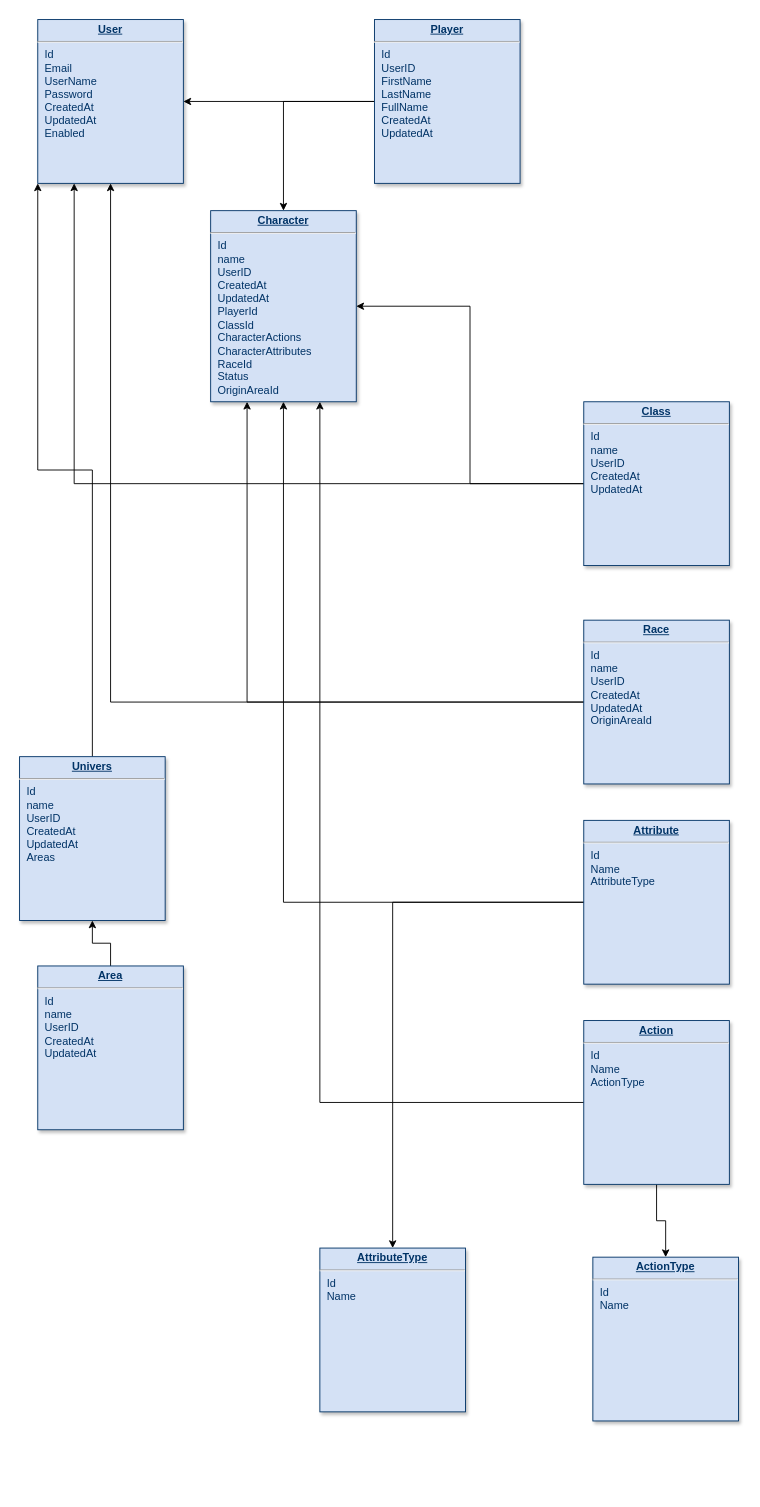
This is Diagramme Quest Creator.drawio from titouanthd/quest_creator, a draw.io file, before an edit. Source tidied: cells renumbered, new cells numbered last; positions are measured from the earlier drawing's top-left corner, leaving out a move shared by most shapes. Both pictures are drawn from the tidied source at 91%, with x=0, y=0 at pixel (19, 19).
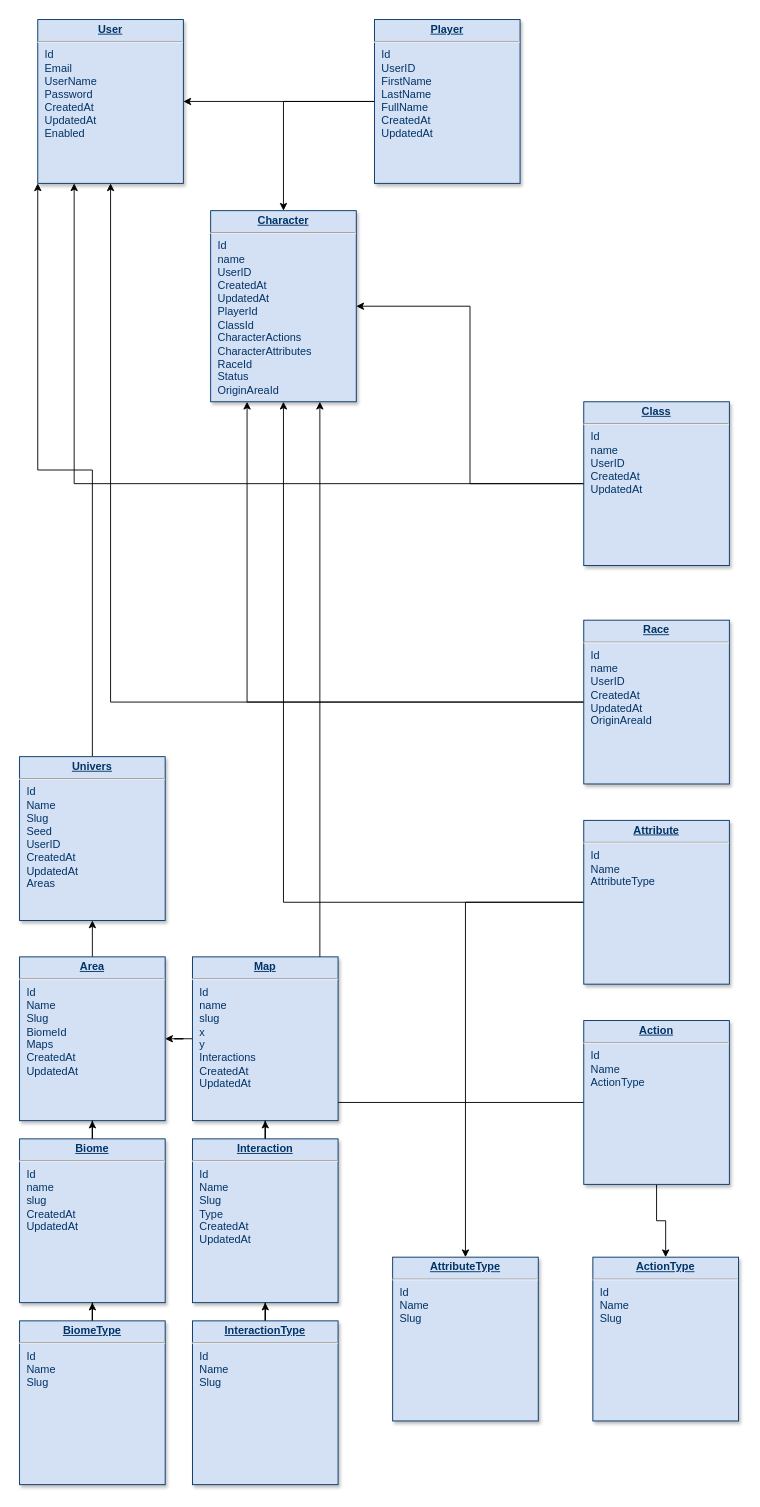
The same diagram, later.

Commit message (it also covers changes not shown here):
Mettre à jour Diagramme Quest Creator.drawio

Change to the diagram source:
```diff
@@
-    <mxCell id="13" value="&lt;p style=&quot;margin: 0px; margin-top: 4px; text-align: center; text-decoration: underline;&quot;&gt;&lt;b&gt;Univers&lt;/b&gt;&lt;/p&gt;&lt;hr&gt;&lt;p style=&quot;margin: 0px; margin-left: 8px;&quot;&gt;&lt;span style=&quot;background-color: initial;&quot;&gt;Id&lt;/span&gt;&lt;br&gt;&lt;/p&gt;&lt;p style=&quot;margin: 0px; margin-left: 8px;&quot;&gt;&lt;span style=&quot;background-color: initial;&quot;&gt;name&lt;/span&gt;&lt;/p&gt;&lt;p style=&quot;margin: 0px; margin-left: 8px;&quot;&gt;&lt;span style=&quot;background-color: initial;&quot;&gt;UserID&lt;/span&gt;&lt;/p&gt;&lt;p style=&quot;margin: 0px; margin-left: 8px;&quot;&gt;CreatedAt&lt;/p&gt;&lt;p style=&quot;margin: 0px; margin-left: 8px;&quot;&gt;UpdatedAt&lt;/p&gt;&lt;p style=&quot;margin: 0px; margin-left: 8px;&quot;&gt;Areas&lt;/p&gt;" style="verticalAlign=top;align=left;overflow=fill;fontSize=12;fontFamily=Helvetica;html=1;strokeColor=#003366;shadow=1;fillColor=#D4E1F5;fontColor=#003366;" parent="1" vertex="1">
+    <mxCell id="13" value="&lt;p style=&quot;margin: 0px; margin-top: 4px; text-align: center; text-decoration: underline;&quot;&gt;&lt;b&gt;Univers&lt;/b&gt;&lt;/p&gt;&lt;hr&gt;&lt;p style=&quot;margin: 0px; margin-left: 8px;&quot;&gt;&lt;span style=&quot;background-color: initial;&quot;&gt;Id&lt;/span&gt;&lt;br&gt;&lt;/p&gt;&lt;p style=&quot;margin: 0px; margin-left: 8px;&quot;&gt;&lt;span style=&quot;background-color: initial;&quot;&gt;Name&lt;/span&gt;&lt;/p&gt;&lt;p style=&quot;margin: 0px; margin-left: 8px;&quot;&gt;&lt;span style=&quot;background-color: initial;&quot;&gt;Slug&lt;/span&gt;&lt;/p&gt;&lt;p style=&quot;margin: 0px; margin-left: 8px;&quot;&gt;&lt;span style=&quot;background-color: initial;&quot;&gt;Seed&lt;/span&gt;&lt;/p&gt;&lt;p style=&quot;margin: 0px; margin-left: 8px;&quot;&gt;&lt;span style=&quot;background-color: initial;&quot;&gt;UserID&lt;/span&gt;&lt;/p&gt;&lt;p style=&quot;margin: 0px; margin-left: 8px;&quot;&gt;CreatedAt&lt;/p&gt;&lt;p style=&quot;margin: 0px; margin-left: 8px;&quot;&gt;UpdatedAt&lt;/p&gt;&lt;p style=&quot;margin: 0px; margin-left: 8px;&quot;&gt;Areas&lt;/p&gt;" style="verticalAlign=top;align=left;overflow=fill;fontSize=12;fontFamily=Helvetica;html=1;strokeColor=#003366;shadow=1;fillColor=#D4E1F5;fontColor=#003366;" parent="1" vertex="1">
       <mxGeometry y="810" width="160" height="180" as="geometry" />
     </mxCell>
@@
-    <mxCell id="15" value="&lt;p style=&quot;margin: 0px; margin-top: 4px; text-align: center; text-decoration: underline;&quot;&gt;&lt;b&gt;Area&lt;/b&gt;&lt;/p&gt;&lt;hr&gt;&lt;p style=&quot;margin: 0px; margin-left: 8px;&quot;&gt;&lt;span style=&quot;background-color: initial;&quot;&gt;Id&lt;/span&gt;&lt;br&gt;&lt;/p&gt;&lt;p style=&quot;margin: 0px; margin-left: 8px;&quot;&gt;&lt;span style=&quot;background-color: initial;&quot;&gt;name&lt;/span&gt;&lt;/p&gt;&lt;p style=&quot;margin: 0px; margin-left: 8px;&quot;&gt;&lt;span style=&quot;background-color: initial;&quot;&gt;UserID&lt;/span&gt;&lt;/p&gt;&lt;p style=&quot;margin: 0px; margin-left: 8px;&quot;&gt;CreatedAt&lt;/p&gt;&lt;p style=&quot;margin: 0px; margin-left: 8px;&quot;&gt;UpdatedAt&lt;/p&gt;" style="verticalAlign=top;align=left;overflow=fill;fontSize=12;fontFamily=Helvetica;html=1;strokeColor=#003366;shadow=1;fillColor=#D4E1F5;fontColor=#003366;" parent="1" vertex="1">
-      <mxGeometry x="20" y="1040" width="160" height="180" as="geometry" />
+    <mxCell id="15" value="&lt;p style=&quot;margin: 0px; margin-top: 4px; text-align: center; text-decoration: underline;&quot;&gt;&lt;b&gt;Area&lt;/b&gt;&lt;/p&gt;&lt;hr&gt;&lt;p style=&quot;margin: 0px; margin-left: 8px;&quot;&gt;&lt;span style=&quot;background-color: initial;&quot;&gt;Id&lt;/span&gt;&lt;br&gt;&lt;/p&gt;&lt;p style=&quot;margin: 0px; margin-left: 8px;&quot;&gt;&lt;span style=&quot;background-color: initial;&quot;&gt;Name&lt;/span&gt;&lt;/p&gt;&lt;p style=&quot;margin: 0px; margin-left: 8px;&quot;&gt;&lt;span style=&quot;background-color: initial;&quot;&gt;Slug&lt;/span&gt;&lt;/p&gt;&lt;p style=&quot;margin: 0px; margin-left: 8px;&quot;&gt;&lt;span style=&quot;background-color: initial;&quot;&gt;BiomeId&lt;/span&gt;&lt;/p&gt;&lt;p style=&quot;margin: 0px; margin-left: 8px;&quot;&gt;&lt;span style=&quot;background-color: initial;&quot;&gt;Maps&lt;/span&gt;&lt;/p&gt;&lt;p style=&quot;margin: 0px; margin-left: 8px;&quot;&gt;CreatedAt&lt;/p&gt;&lt;p style=&quot;margin: 0px; margin-left: 8px;&quot;&gt;UpdatedAt&lt;/p&gt;" style="verticalAlign=top;align=left;overflow=fill;fontSize=12;fontFamily=Helvetica;html=1;strokeColor=#003366;shadow=1;fillColor=#D4E1F5;fontColor=#003366;" parent="1" vertex="1">
+      <mxGeometry y="1030" width="160" height="180" as="geometry" />
     </mxCell>
@@
-    <mxCell id="23" value="&lt;p style=&quot;margin: 0px; margin-top: 4px; text-align: center; text-decoration: underline;&quot;&gt;&lt;b&gt;AttributeType&lt;/b&gt;&lt;/p&gt;&lt;hr&gt;&lt;p style=&quot;margin: 0px; margin-left: 8px;&quot;&gt;&lt;span style=&quot;background-color: initial;&quot;&gt;Id&lt;/span&gt;&lt;/p&gt;&lt;p style=&quot;margin: 0px; margin-left: 8px;&quot;&gt;&lt;span style=&quot;background-color: initial;&quot;&gt;Name&lt;/span&gt;&lt;/p&gt;" style="verticalAlign=top;align=left;overflow=fill;fontSize=12;fontFamily=Helvetica;html=1;strokeColor=#003366;shadow=1;fillColor=#D4E1F5;fontColor=#003366;" parent="1" vertex="1">
-      <mxGeometry x="330" y="1350" width="160" height="180" as="geometry" />
+    <mxCell id="23" value="&lt;p style=&quot;margin: 0px; margin-top: 4px; text-align: center; text-decoration: underline;&quot;&gt;&lt;b&gt;AttributeType&lt;/b&gt;&lt;/p&gt;&lt;hr&gt;&lt;p style=&quot;margin: 0px; margin-left: 8px;&quot;&gt;&lt;span style=&quot;background-color: initial;&quot;&gt;Id&lt;/span&gt;&lt;/p&gt;&lt;p style=&quot;margin: 0px; margin-left: 8px;&quot;&gt;&lt;span style=&quot;background-color: initial;&quot;&gt;Name&lt;/span&gt;&lt;/p&gt;&lt;p style=&quot;margin: 0px; margin-left: 8px;&quot;&gt;&lt;span style=&quot;background-color: initial;&quot;&gt;Slug&lt;/span&gt;&lt;/p&gt;" style="verticalAlign=top;align=left;overflow=fill;fontSize=12;fontFamily=Helvetica;html=1;strokeColor=#003366;shadow=1;fillColor=#D4E1F5;fontColor=#003366;" parent="1" vertex="1">
+      <mxGeometry x="410" y="1360" width="160" height="180" as="geometry" />
     </mxCell>
-    <mxCell id="24" value="&lt;p style=&quot;margin: 0px; margin-top: 4px; text-align: center; text-decoration: underline;&quot;&gt;&lt;b&gt;ActionType&lt;/b&gt;&lt;/p&gt;&lt;hr&gt;&lt;p style=&quot;margin: 0px; margin-left: 8px;&quot;&gt;&lt;span style=&quot;background-color: initial;&quot;&gt;Id&lt;br&gt;Name&lt;br&gt;&lt;/span&gt;&lt;/p&gt;" style="verticalAlign=top;align=left;overflow=fill;fontSize=12;fontFamily=Helvetica;html=1;strokeColor=#003366;shadow=1;fillColor=#D4E1F5;fontColor=#003366;" parent="1" vertex="1">
+    <mxCell id="24" value="&lt;p style=&quot;margin: 0px; margin-top: 4px; text-align: center; text-decoration: underline;&quot;&gt;&lt;b&gt;ActionType&lt;/b&gt;&lt;/p&gt;&lt;hr&gt;&lt;p style=&quot;margin: 0px; margin-left: 8px;&quot;&gt;&lt;span style=&quot;background-color: initial;&quot;&gt;Id&lt;br&gt;Name&lt;br&gt;&lt;/span&gt;&lt;/p&gt;&lt;p style=&quot;margin: 0px; margin-left: 8px;&quot;&gt;&lt;span style=&quot;background-color: initial;&quot;&gt;Slug&lt;/span&gt;&lt;/p&gt;" style="verticalAlign=top;align=left;overflow=fill;fontSize=12;fontFamily=Helvetica;html=1;strokeColor=#003366;shadow=1;fillColor=#D4E1F5;fontColor=#003366;" parent="1" vertex="1">
       <mxGeometry x="630" y="1360" width="160" height="180" as="geometry" />
     </mxCell>
+    <mxCell id="25" style="edgeStyle=orthogonalEdgeStyle;rounded=0;jettySize=auto;html=1;" parent="1" edge="1" source="26" target="15">
+      <mxGeometry relative="1" as="geometry" />
+    </mxCell>
+    <mxCell id="26" value="&lt;p style=&quot;margin: 0px; margin-top: 4px; text-align: center; text-decoration: underline;&quot;&gt;&lt;b&gt;Biome&lt;/b&gt;&lt;/p&gt;&lt;hr&gt;&lt;p style=&quot;margin: 0px; margin-left: 8px;&quot;&gt;&lt;span style=&quot;background-color: initial;&quot;&gt;Id&lt;/span&gt;&lt;br&gt;&lt;/p&gt;&lt;p style=&quot;margin: 0px; margin-left: 8px;&quot;&gt;&lt;span style=&quot;background-color: initial;&quot;&gt;name&lt;/span&gt;&lt;/p&gt;&lt;p style=&quot;margin: 0px; margin-left: 8px;&quot;&gt;&lt;span style=&quot;background-color: initial;&quot;&gt;slug&lt;/span&gt;&lt;/p&gt;&lt;p style=&quot;margin: 0px; margin-left: 8px;&quot;&gt;CreatedAt&lt;/p&gt;&lt;p style=&quot;margin: 0px; margin-left: 8px;&quot;&gt;UpdatedAt&lt;/p&gt;" style="verticalAlign=top;align=left;overflow=fill;fontSize=12;fontFamily=Helvetica;html=1;strokeColor=#003366;shadow=1;fillColor=#D4E1F5;fontColor=#003366;" parent="1" vertex="1">
+      <mxGeometry y="1230" width="160" height="180" as="geometry" />
+    </mxCell>
+    <mxCell id="27" style="edgeStyle=orthogonalEdgeStyle;rounded=0;jettySize=auto;html=1;" parent="1" edge="1" source="28" target="15">
+      <mxGeometry relative="1" as="geometry" />
+    </mxCell>
+    <mxCell id="28" value="&lt;p style=&quot;margin: 0px; margin-top: 4px; text-align: center; text-decoration: underline;&quot;&gt;&lt;b&gt;Map&lt;/b&gt;&lt;/p&gt;&lt;hr&gt;&lt;p style=&quot;margin: 0px; margin-left: 8px;&quot;&gt;&lt;span style=&quot;background-color: initial;&quot;&gt;Id&lt;/span&gt;&lt;br&gt;&lt;/p&gt;&lt;p style=&quot;margin: 0px; margin-left: 8px;&quot;&gt;&lt;span style=&quot;background-color: initial;&quot;&gt;name&lt;/span&gt;&lt;/p&gt;&lt;p style=&quot;margin: 0px; margin-left: 8px;&quot;&gt;&lt;span style=&quot;background-color: initial;&quot;&gt;slug&lt;/span&gt;&lt;/p&gt;&lt;p style=&quot;margin: 0px; margin-left: 8px;&quot;&gt;&lt;span style=&quot;background-color: initial;&quot;&gt;x&lt;/span&gt;&lt;/p&gt;&lt;p style=&quot;margin: 0px; margin-left: 8px;&quot;&gt;&lt;span style=&quot;background-color: initial;&quot;&gt;y&lt;br&gt;Interactions&lt;/span&gt;&lt;/p&gt;&lt;p style=&quot;margin: 0px; margin-left: 8px;&quot;&gt;CreatedAt&lt;/p&gt;&lt;p style=&quot;margin: 0px; margin-left: 8px;&quot;&gt;UpdatedAt&lt;/p&gt;" style="verticalAlign=top;align=left;overflow=fill;fontSize=12;fontFamily=Helvetica;html=1;strokeColor=#003366;shadow=1;fillColor=#D4E1F5;fontColor=#003366;" parent="1" vertex="1">
+      <mxGeometry x="190" y="1030" width="160" height="180" as="geometry" />
+    </mxCell>
+    <mxCell id="29" style="edgeStyle=orthogonalEdgeStyle;rounded=0;jettySize=auto;html=1;" parent="1" edge="1" source="30" target="28">
+      <mxGeometry relative="1" as="geometry" />
+    </mxCell>
+    <mxCell id="30" value="&lt;p style=&quot;margin: 0px; margin-top: 4px; text-align: center; text-decoration: underline;&quot;&gt;&lt;b&gt;Interaction&lt;/b&gt;&lt;/p&gt;&lt;hr&gt;&lt;p style=&quot;margin: 0px; margin-left: 8px;&quot;&gt;&lt;span style=&quot;background-color: initial;&quot;&gt;Id&lt;/span&gt;&lt;br&gt;&lt;/p&gt;&lt;p style=&quot;margin: 0px; margin-left: 8px;&quot;&gt;&lt;span style=&quot;background-color: initial;&quot;&gt;Name&lt;/span&gt;&lt;/p&gt;&lt;p style=&quot;margin: 0px; margin-left: 8px;&quot;&gt;&lt;span style=&quot;background-color: initial;&quot;&gt;Slug&lt;/span&gt;&lt;/p&gt;&lt;p style=&quot;margin: 0px; margin-left: 8px;&quot;&gt;&lt;span style=&quot;background-color: initial;&quot;&gt;Type&lt;/span&gt;&lt;/p&gt;&lt;p style=&quot;margin: 0px; margin-left: 8px;&quot;&gt;CreatedAt&lt;/p&gt;&lt;p style=&quot;margin: 0px; margin-left: 8px;&quot;&gt;UpdatedAt&lt;/p&gt;" style="verticalAlign=top;align=left;overflow=fill;fontSize=12;fontFamily=Helvetica;html=1;strokeColor=#003366;shadow=1;fillColor=#D4E1F5;fontColor=#003366;" parent="1" vertex="1">
+      <mxGeometry x="190" y="1230" width="160" height="180" as="geometry" />
+    </mxCell>
+    <mxCell id="31" style="edgeStyle=orthogonalEdgeStyle;rounded=0;jettySize=auto;html=1;" parent="1" edge="1" source="32" target="30">
+      <mxGeometry relative="1" as="geometry" />
+    </mxCell>
+    <mxCell id="32" value="&lt;p style=&quot;margin: 0px; margin-top: 4px; text-align: center; text-decoration: underline;&quot;&gt;&lt;b&gt;InteractionType&lt;/b&gt;&lt;/p&gt;&lt;hr&gt;&lt;p style=&quot;margin: 0px; margin-left: 8px;&quot;&gt;&lt;span style=&quot;background-color: initial;&quot;&gt;Id&lt;/span&gt;&lt;/p&gt;&lt;p style=&quot;margin: 0px; margin-left: 8px;&quot;&gt;&lt;span style=&quot;background-color: initial;&quot;&gt;Name&lt;/span&gt;&lt;/p&gt;&lt;p style=&quot;margin: 0px; margin-left: 8px;&quot;&gt;&lt;span style=&quot;background-color: initial;&quot;&gt;Slug&lt;/span&gt;&lt;/p&gt;" style="verticalAlign=top;align=left;overflow=fill;fontSize=12;fontFamily=Helvetica;html=1;strokeColor=#003366;shadow=1;fillColor=#D4E1F5;fontColor=#003366;" parent="1" vertex="1">
+      <mxGeometry x="190" y="1430" width="160" height="180" as="geometry" />
+    </mxCell>
+    <mxCell id="33" style="edgeStyle=orthogonalEdgeStyle;rounded=0;jettySize=auto;html=1;" parent="1" edge="1" source="34" target="26">
+      <mxGeometry relative="1" as="geometry" />
+    </mxCell>
+    <mxCell id="34" value="&lt;p style=&quot;margin: 0px; margin-top: 4px; text-align: center; text-decoration: underline;&quot;&gt;&lt;b&gt;BiomeType&lt;/b&gt;&lt;/p&gt;&lt;hr&gt;&lt;p style=&quot;margin: 0px; margin-left: 8px;&quot;&gt;&lt;span style=&quot;background-color: initial;&quot;&gt;Id&lt;/span&gt;&lt;br&gt;&lt;/p&gt;&lt;p style=&quot;margin: 0px; margin-left: 8px;&quot;&gt;&lt;span style=&quot;background-color: initial;&quot;&gt;Name&lt;/span&gt;&lt;/p&gt;&lt;p style=&quot;margin: 0px; margin-left: 8px;&quot;&gt;&lt;span style=&quot;background-color: initial;&quot;&gt;Slug&lt;/span&gt;&lt;/p&gt;" style="verticalAlign=top;align=left;overflow=fill;fontSize=12;fontFamily=Helvetica;html=1;strokeColor=#003366;shadow=1;fillColor=#D4E1F5;fontColor=#003366;" parent="1" vertex="1">
+      <mxGeometry y="1430" width="160" height="180" as="geometry" />
+    </mxCell>
```
